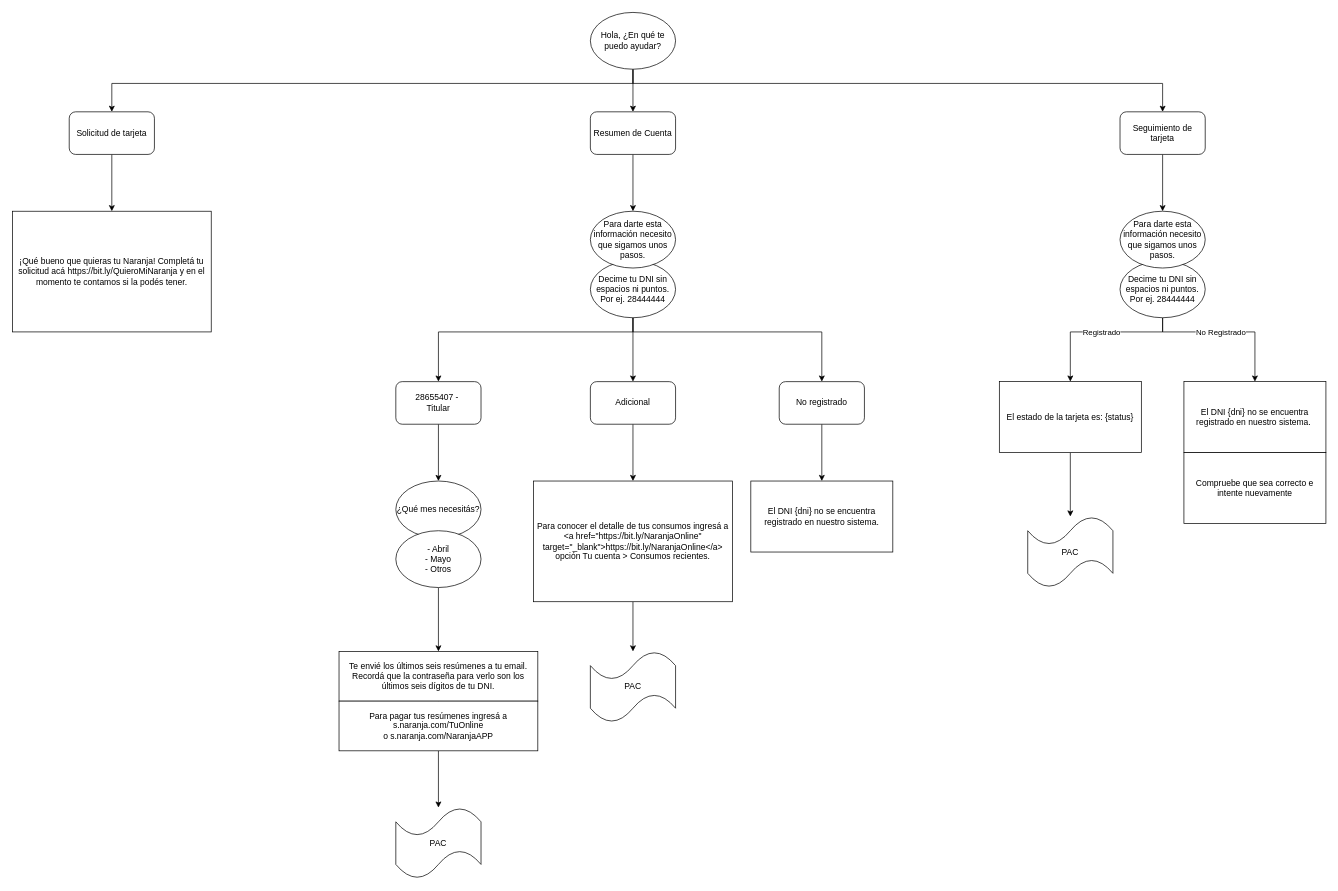
The draw.io diagram Resumen de Cuenta.drawio in sschuf/rasa-nlu, before the edit. Source tidied: cells renumbered, new cells numbered last; positions are measured from the earlier drawing's top-left corner, leaving out a move shared by most shapes. Both pictures are drawn from the tidied source at 71%, with x=0, y=0 at pixel (12, 12).
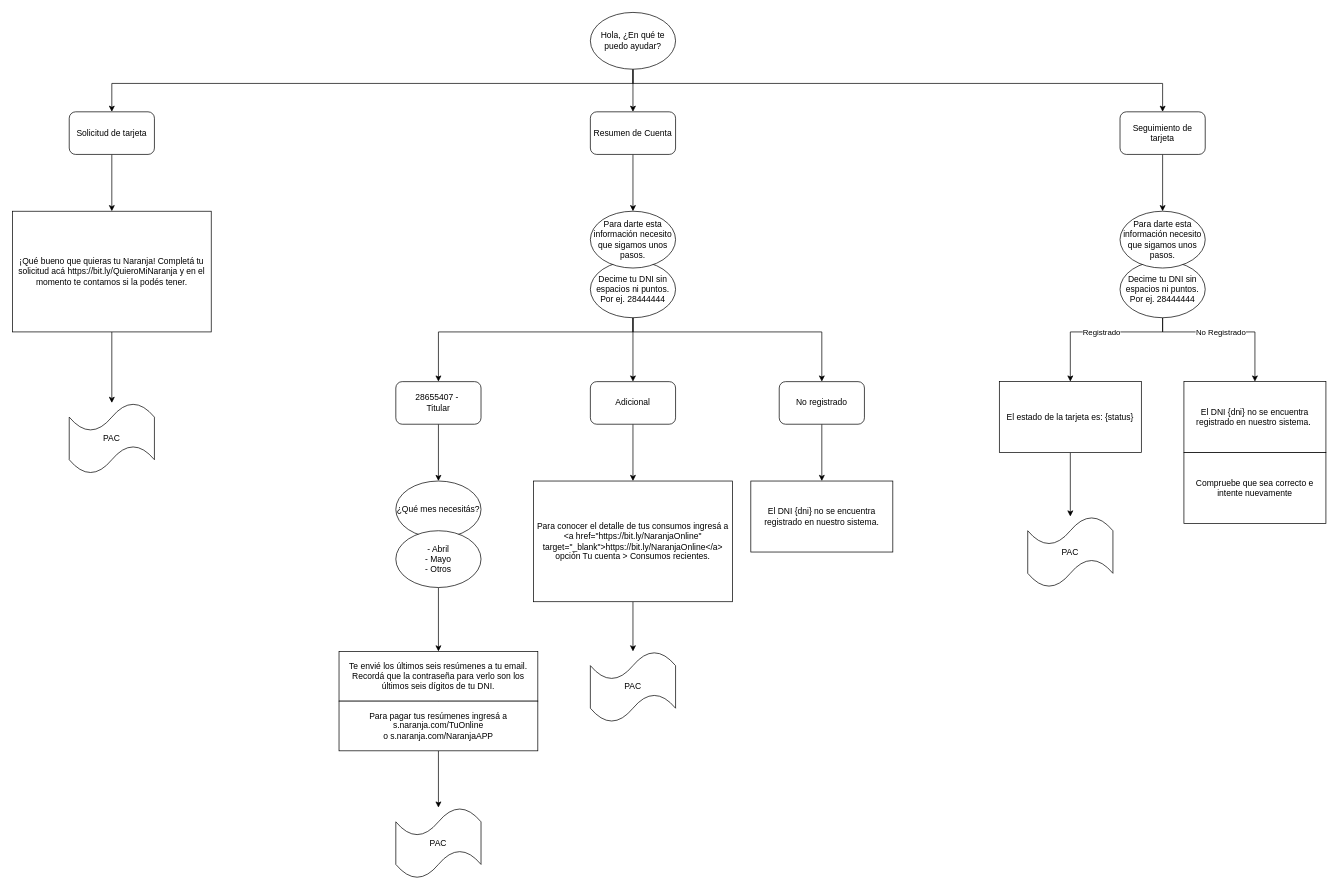
The same page after the edit.

The change refers to these unchanged cells:
```xml
<mxCell id="46" value="¡Qué bueno que quieras tu Naranja! Completá tu solicitud acá https://bit.ly/QuieroMiNaranja y en el momento te contamos si la podés tener." style="whiteSpace=wrap;html=1;align=center;verticalAlign=middle;" parent="1" vertex="1">
  <mxGeometry y="280" width="280" height="170" as="geometry" />
</mxCell>
```

The edit, as a diff of the source:
```diff
@@
+    <mxCell id="47" style="edgeStyle=orthogonalEdgeStyle;rounded=0;jettySize=auto;html=1;" parent="1" edge="1" source="46" target="48">
+      <mxGeometry relative="1" as="geometry" />
+    </mxCell>
@@
+    <mxCell id="48" value="PAC" style="shape=tape;whiteSpace=wrap;html=1;align=center;verticalAlign=middle;" parent="1" vertex="1">
+      <mxGeometry x="80" y="550" width="120" height="100" as="geometry" />
+    </mxCell>
```
